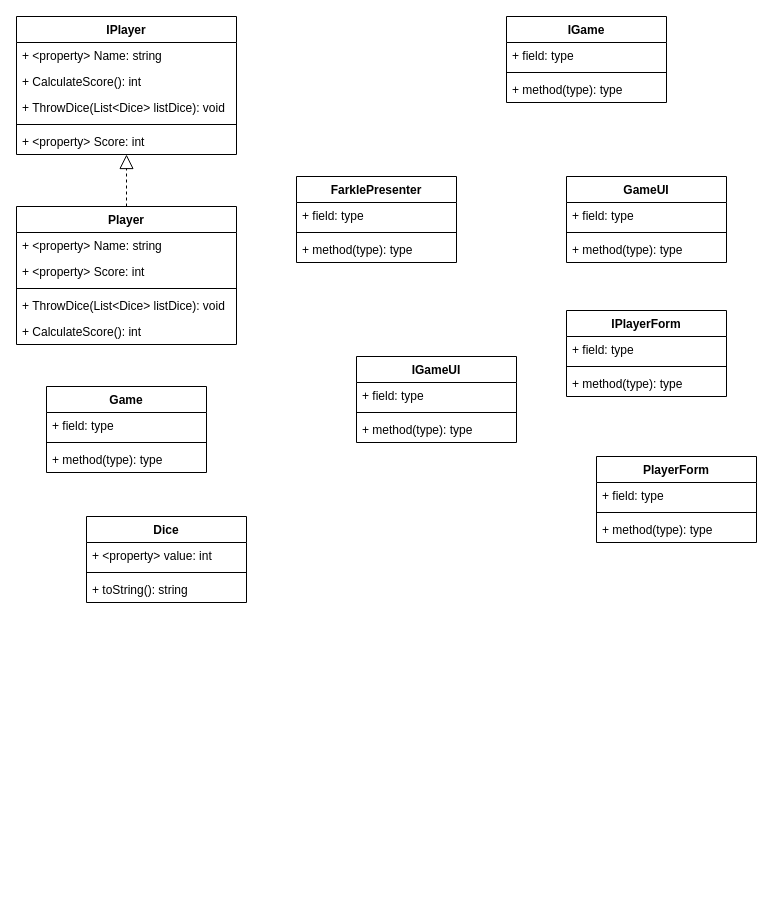
Earlier version of the draw.io diagram FarkleUML.drawio (EricFunes/Farkle). Source tidied: cells renumbered, new cells numbered last; positions are measured from the earlier drawing's top-left corner, leaving out a move shared by most shapes. Both pictures are drawn from the tidied source at 100%, with x=0, y=0 at pixel (16, 16).
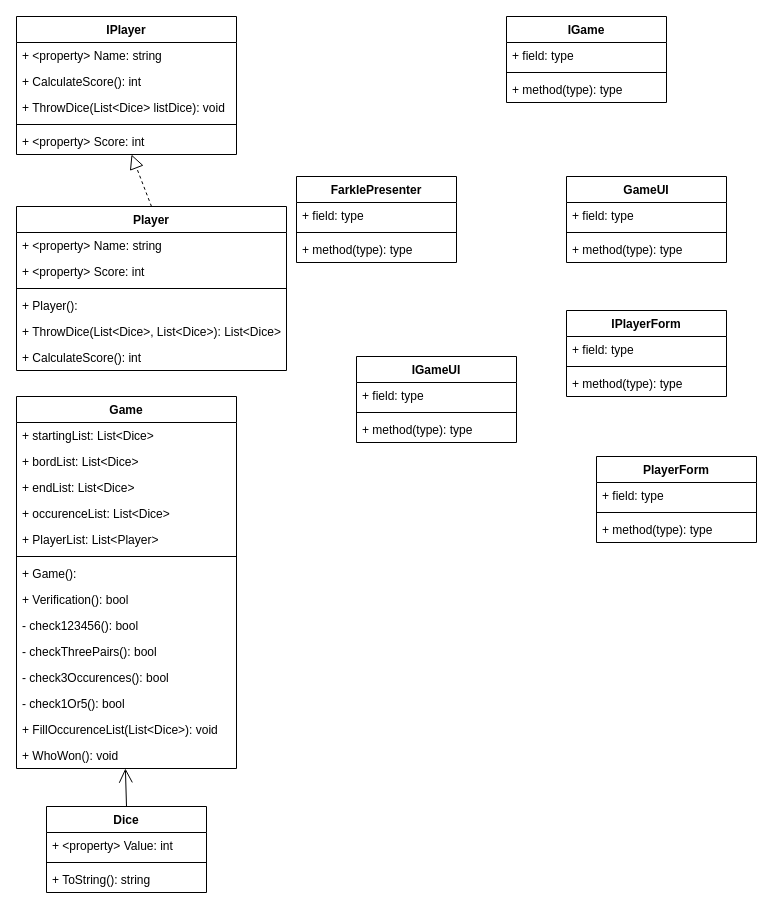
The same diagram, later.

Diff of the diagram source:
```diff
@@
     <mxCell id="2" value="Player" style="swimlane;fontStyle=1;align=center;verticalAlign=top;horizontal=1;startSize=26;" parent="1" vertex="1">
-      <mxGeometry y="190" width="220" height="138" as="geometry" />
+      <mxGeometry y="190" width="270" height="164" as="geometry" />
     </mxCell>
     <mxCell id="3" value="+ &lt;property&gt; Name: string" style="text;strokeColor=none;fillColor=none;align=left;verticalAlign=top;spacingLeft=4;spacingRight=4;overflow=hidden;" parent="2" vertex="1">
-      <mxGeometry y="26" width="220" height="26" as="geometry" />
+      <mxGeometry y="26" width="270" height="26" as="geometry" />
     </mxCell>
     <mxCell id="4" value="+ &lt;property&gt; Score: int" style="text;strokeColor=none;fillColor=none;align=left;verticalAlign=top;spacingLeft=4;spacingRight=4;overflow=hidden;" parent="2" vertex="1">
-      <mxGeometry y="52" width="220" height="26" as="geometry" />
+      <mxGeometry y="52" width="270" height="26" as="geometry" />
     </mxCell>
     <mxCell id="5" style="line;strokeWidth=1;fillColor=none;align=left;verticalAlign=middle;spacingTop=-1;spacingLeft=3;spacingRight=3;labelPosition=right;" parent="2" vertex="1">
-      <mxGeometry y="78" width="220" height="8" as="geometry" />
+      <mxGeometry y="78" width="270" height="8" as="geometry" />
     </mxCell>
+    <mxCell id="47" value="+ Player(): " style="text;strokeColor=none;fillColor=none;align=left;verticalAlign=top;spacingLeft=4;spacingRight=4;overflow=hidden;" parent="2" vertex="1">
+      <mxGeometry y="86" width="270" height="26" as="geometry" />
+    </mxCell>
-    <mxCell id="6" value="+ ThrowDice(List&lt;Dice&gt; listDice): void" style="text;strokeColor=none;fillColor=none;align=left;verticalAlign=top;spacingLeft=4;spacingRight=4;overflow=hidden;" parent="2" vertex="1">
-      <mxGeometry y="86" width="220" height="26" as="geometry" />
+    <mxCell id="6" value="+ ThrowDice(List&lt;Dice&gt;, List&lt;Dice&gt;): List&lt;Dice&gt;" style="text;strokeColor=none;fillColor=none;align=left;verticalAlign=top;spacingLeft=4;spacingRight=4;overflow=hidden;" parent="2" vertex="1">
+      <mxGeometry y="112" width="270" height="26" as="geometry" />
     </mxCell>
     <mxCell id="7" value="+ CalculateScore(): int" style="text;strokeColor=none;fillColor=none;align=left;verticalAlign=top;spacingLeft=4;spacingRight=4;overflow=hidden;" parent="2" vertex="1">
-      <mxGeometry y="112" width="220" height="26" as="geometry" />
+      <mxGeometry y="138" width="270" height="26" as="geometry" />
     </mxCell>
@@
-    <mxCell id="12" value="Game" style="swimlane;fontStyle=1;align=center;verticalAlign=top;horizontal=1;startSize=26;" parent="1" vertex="1">
-      <mxGeometry x="30" y="370" width="160" height="86" as="geometry" />
+    <mxCell id="12" value="Dice" style="swimlane;fontStyle=1;align=center;verticalAlign=top;horizontal=1;startSize=26;" parent="1" vertex="1">
+      <mxGeometry x="30" y="790" width="160" height="86" as="geometry" />
     </mxCell>
-    <mxCell id="13" value="+ field: type" style="text;strokeColor=none;fillColor=none;align=left;verticalAlign=top;spacingLeft=4;spacingRight=4;overflow=hidden;" parent="12" vertex="1">
+    <mxCell id="13" value="+ &lt;property&gt; Value: int" style="text;strokeColor=none;fillColor=none;align=left;verticalAlign=top;spacingLeft=4;spacingRight=4;overflow=hidden;" parent="12" vertex="1">
       <mxGeometry y="26" width="160" height="26" as="geometry" />
     </mxCell>
@@
-    <mxCell id="15" value="+ method(type): type" style="text;strokeColor=none;fillColor=none;align=left;verticalAlign=top;spacingLeft=4;spacingRight=4;overflow=hidden;" parent="12" vertex="1">
+    <mxCell id="15" value="+ ToString(): string" style="text;strokeColor=none;fillColor=none;align=left;verticalAlign=top;spacingLeft=4;spacingRight=4;overflow=hidden;" parent="12" vertex="1">
       <mxGeometry y="60" width="160" height="26" as="geometry" />
     </mxCell>
@@
-    <mxCell id="42" value="Dice" style="swimlane;fontStyle=1;align=center;verticalAlign=top;horizontal=1;startSize=26;" parent="1" vertex="1">
-      <mxGeometry x="70" y="500" width="160" height="86" as="geometry" />
+    <mxCell id="42" value="Game" style="swimlane;fontStyle=1;align=center;verticalAlign=top;horizontal=1;startSize=26;" parent="1" vertex="1">
+      <mxGeometry y="380" width="220" height="372" as="geometry" />
     </mxCell>
-    <mxCell id="43" value="+ &lt;property&gt; value: int" style="text;strokeColor=none;fillColor=none;align=left;verticalAlign=top;spacingLeft=4;spacingRight=4;overflow=hidden;" parent="42" vertex="1">
-      <mxGeometry y="26" width="160" height="26" as="geometry" />
+    <mxCell id="43" value="+ startingList: List&lt;Dice&gt;" style="text;strokeColor=none;fillColor=none;align=left;verticalAlign=top;spacingLeft=4;spacingRight=4;overflow=hidden;" parent="42" vertex="1">
+      <mxGeometry y="26" width="220" height="26" as="geometry" />
     </mxCell>
+    <mxCell id="48" value="+ bordList: List&lt;Dice&gt;" style="text;strokeColor=none;fillColor=none;align=left;verticalAlign=top;spacingLeft=4;spacingRight=4;overflow=hidden;" parent="42" vertex="1">
+      <mxGeometry y="52" width="220" height="26" as="geometry" />
+    </mxCell>
+    <mxCell id="49" value="+ endList: List&lt;Dice&gt;" style="text;strokeColor=none;fillColor=none;align=left;verticalAlign=top;spacingLeft=4;spacingRight=4;overflow=hidden;" parent="42" vertex="1">
+      <mxGeometry y="78" width="220" height="26" as="geometry" />
+    </mxCell>
+    <mxCell id="50" value="+ occurenceList: List&lt;Dice&gt;" style="text;strokeColor=none;fillColor=none;align=left;verticalAlign=top;spacingLeft=4;spacingRight=4;overflow=hidden;" parent="42" vertex="1">
+      <mxGeometry y="104" width="220" height="26" as="geometry" />
+    </mxCell>
+    <mxCell id="51" value="+ PlayerList: List&lt;Player&gt;" style="text;strokeColor=none;fillColor=none;align=left;verticalAlign=top;spacingLeft=4;spacingRight=4;overflow=hidden;" parent="42" vertex="1">
+      <mxGeometry y="130" width="220" height="26" as="geometry" />
+    </mxCell>
     <mxCell id="44" style="line;strokeWidth=1;fillColor=none;align=left;verticalAlign=middle;spacingTop=-1;spacingLeft=3;spacingRight=3;labelPosition=right;" parent="42" vertex="1">
-      <mxGeometry y="52" width="160" height="8" as="geometry" />
+      <mxGeometry y="156" width="220" height="8" as="geometry" />
     </mxCell>
-    <mxCell id="45" value="+ toString(): string" style="text;strokeColor=none;fillColor=none;align=left;verticalAlign=top;spacingLeft=4;spacingRight=4;overflow=hidden;" parent="42" vertex="1">
-      <mxGeometry y="60" width="160" height="26" as="geometry" />
+    <mxCell id="45" value="+ Game():" style="text;strokeColor=none;fillColor=none;align=left;verticalAlign=top;spacingLeft=4;spacingRight=4;overflow=hidden;" parent="42" vertex="1">
+      <mxGeometry y="164" width="220" height="26" as="geometry" />
     </mxCell>
+    <mxCell id="52" value="+ Verification(): bool" style="text;strokeColor=none;fillColor=none;align=left;verticalAlign=top;spacingLeft=4;spacingRight=4;overflow=hidden;" parent="42" vertex="1">
+      <mxGeometry y="190" width="220" height="26" as="geometry" />
+    </mxCell>
+    <mxCell id="53" value="- check123456(): bool" style="text;strokeColor=none;fillColor=none;align=left;verticalAlign=top;spacingLeft=4;spacingRight=4;overflow=hidden;" parent="42" vertex="1">
+      <mxGeometry y="216" width="220" height="26" as="geometry" />
+    </mxCell>
+    <mxCell id="54" value="- checkThreePairs(): bool" style="text;strokeColor=none;fillColor=none;align=left;verticalAlign=top;spacingLeft=4;spacingRight=4;overflow=hidden;" parent="42" vertex="1">
+      <mxGeometry y="242" width="220" height="26" as="geometry" />
+    </mxCell>
+    <mxCell id="55" value="- check3Occurences(): bool" style="text;strokeColor=none;fillColor=none;align=left;verticalAlign=top;spacingLeft=4;spacingRight=4;overflow=hidden;" parent="42" vertex="1">
+      <mxGeometry y="268" width="220" height="26" as="geometry" />
+    </mxCell>
+    <mxCell id="56" value="- check1Or5(): bool" style="text;strokeColor=none;fillColor=none;align=left;verticalAlign=top;spacingLeft=4;spacingRight=4;overflow=hidden;" parent="42" vertex="1">
+      <mxGeometry y="294" width="220" height="26" as="geometry" />
+    </mxCell>
+    <mxCell id="57" value="+ FillOccurenceList(List&lt;Dice&gt;): void" style="text;strokeColor=none;fillColor=none;align=left;verticalAlign=top;spacingLeft=4;spacingRight=4;overflow=hidden;" parent="42" vertex="1">
+      <mxGeometry y="320" width="220" height="26" as="geometry" />
+    </mxCell>
+    <mxCell id="58" value="+ WhoWon(): void" style="text;strokeColor=none;fillColor=none;align=left;verticalAlign=top;spacingLeft=4;spacingRight=4;overflow=hidden;points=[[0,0.5],[1,0.5]];portConstraint=eastwest;" parent="42" vertex="1">
+      <mxGeometry y="346" width="220" height="26" as="geometry" />
+    </mxCell>
@@
+    <mxCell id="59" style="endArrow=open;endFill=1;endSize=12;html=1;exitX=0.5;exitY=0;exitDx=0;exitDy=0;entryX=0.495;entryY=1;entryDx=0;entryDy=0;entryPerimeter=0;" parent="1" edge="1" source="12" target="58">
+      <mxGeometry relative="1" as="geometry" />
+    </mxCell>
```
